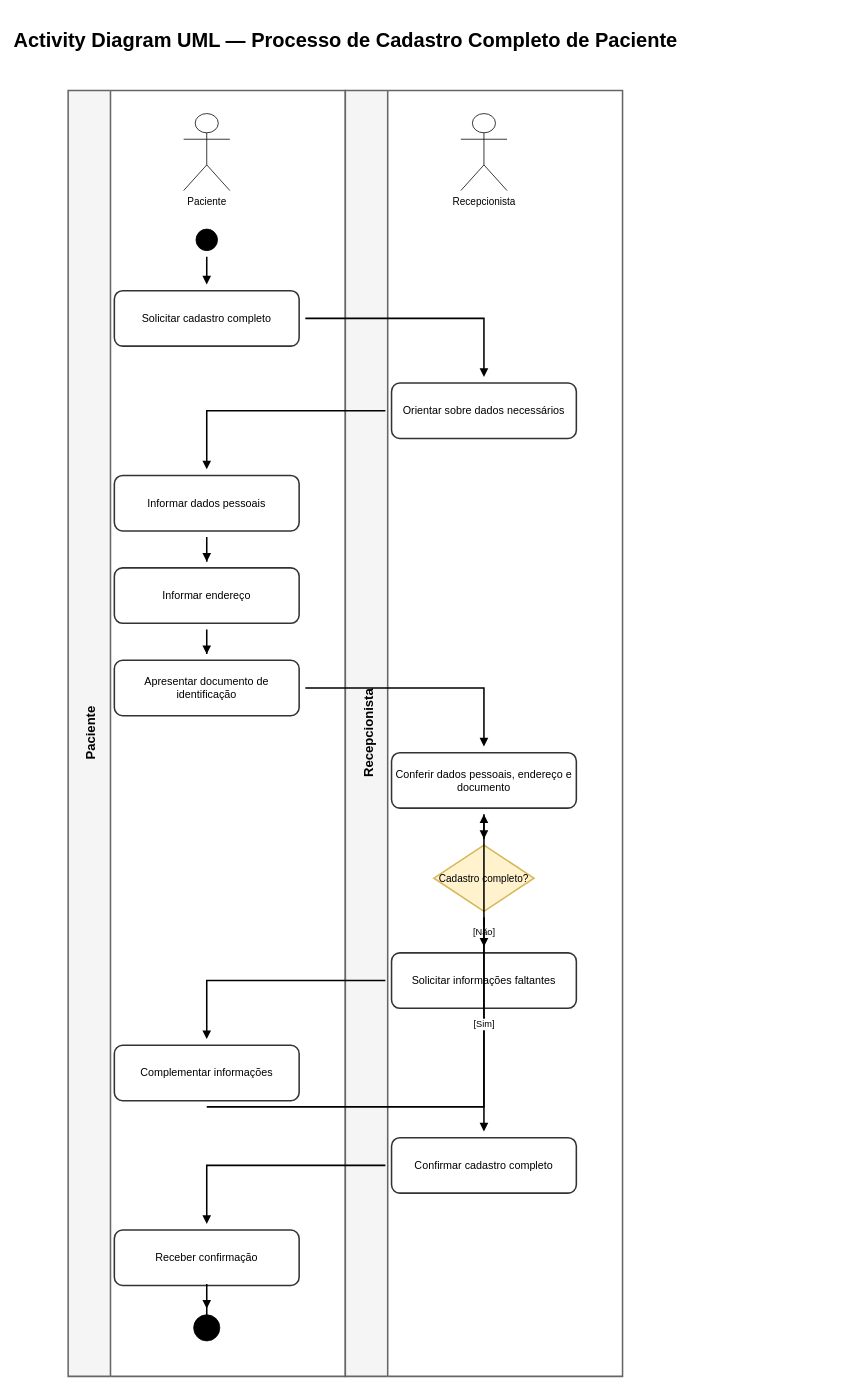
Earlier version of the draw.io diagram documentos/diagramas/atividade/02-cadastro-paciente-completo.drawio (itodoconhecer-cmyk/aulas_umc_2026_1_spring_boot). Source tidied: cells renumbered, new cells numbered last; positions are measured from the earlier drawing's top-left corner, leaving out a move shared by most shapes. Both pictures are drawn from the tidied source at 77%, with x=0, y=0 at pixel (68, 13).
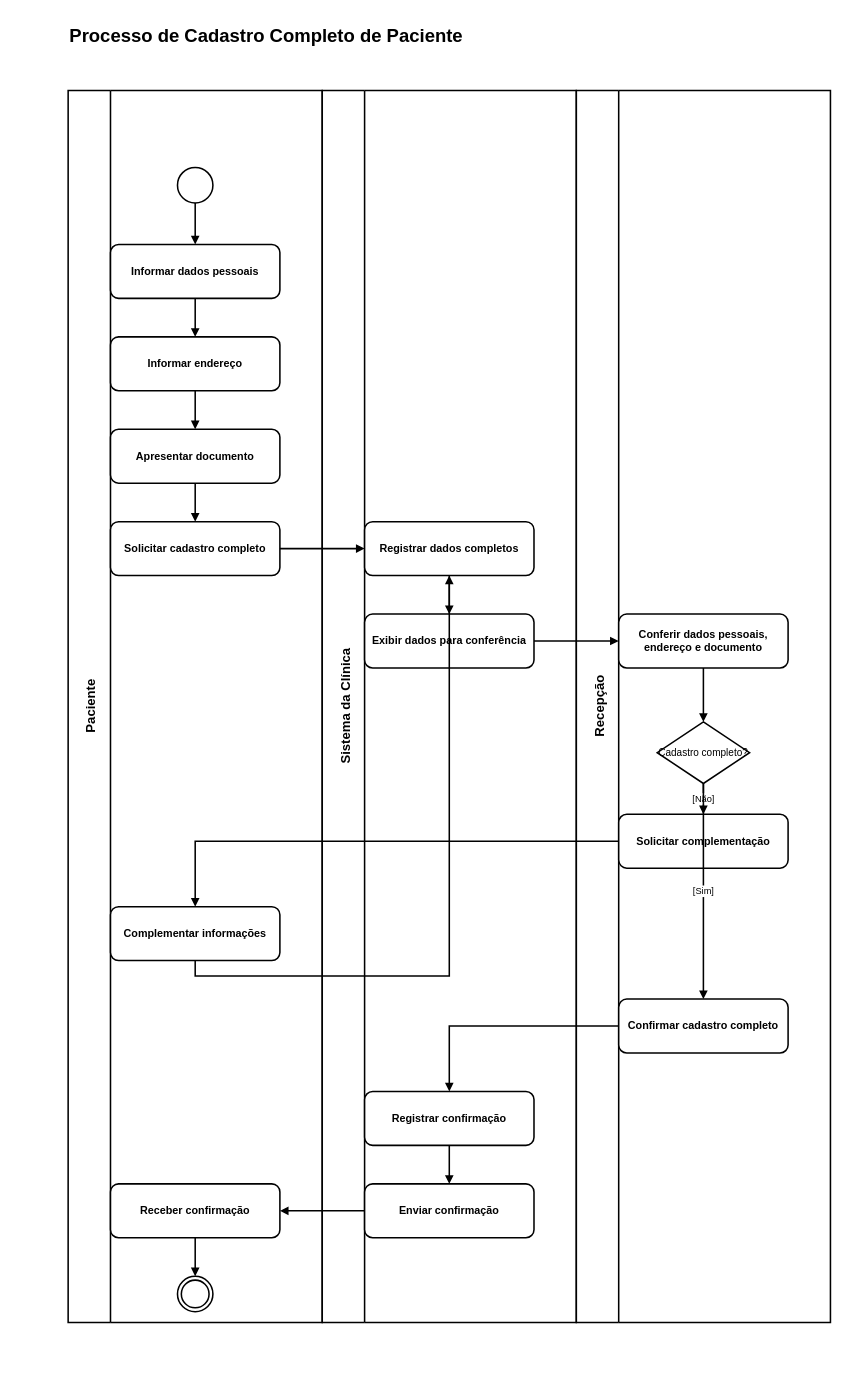
The same diagram, later.

Commit message:
docs: adequa activity diagrams ao processo de negocio com raias

Change to the diagram source:
```diff
@@
-    <mxCell id="2" value="Activity Diagram UML — Processo de Cadastro Completo de Paciente" style="text;html=1;align=center;verticalAlign=middle;fontSize=26;fontStyle=1;" parent="1" vertex="1">
-      <mxGeometry width="720" height="70" as="geometry" />
+    <mxCell id="2" value="Processo de Cadastro Completo de Paciente" style="text;html=1;align=left;verticalAlign=middle;fontSize=24;fontStyle=1;" parent="1" vertex="1">
+      <mxGeometry width="990" height="60" as="geometry" />
     </mxCell>
-    <mxCell id="3" value="Paciente" style="swimlane;horizontal=0;startSize=55;html=1;fontStyle=1;fontSize=17;align=center;verticalAlign=top;spacingTop=14;fillColor=#f5f5f5;strokeColor=#666666;strokeWidth=2;" parent="1" vertex="1">
-      <mxGeometry y="100" width="360" height="1670" as="geometry" />
+    <mxCell id="3" value="Paciente" style="swimlane;horizontal=0;startSize=55;html=1;fontStyle=1;fontSize=17;align=center;verticalAlign=top;spacingTop=14;fillColor=#ffffff;strokeColor=#000000;strokeWidth=2;" parent="1" vertex="1">
+      <mxGeometry y="100" width="330" height="1600" as="geometry" />
     </mxCell>
-    <mxCell id="4" value="Recepcionista" style="swimlane;horizontal=0;startSize=55;html=1;fontStyle=1;fontSize=17;align=center;verticalAlign=top;spacingTop=14;fillColor=#f5f5f5;strokeColor=#666666;strokeWidth=2;" parent="1" vertex="1">
-      <mxGeometry x="360" y="100" width="360" height="1670" as="geometry" />
+    <mxCell id="4" value="Sistema da Clínica" style="swimlane;horizontal=0;startSize=55;html=1;fontStyle=1;fontSize=17;align=center;verticalAlign=top;spacingTop=14;fillColor=#ffffff;strokeColor=#000000;strokeWidth=2;" parent="1" vertex="1">
+      <mxGeometry x="330" y="100" width="330" height="1600" as="geometry" />
     </mxCell>
-    <mxCell id="5" value="Paciente" style="shape=umlActor;verticalLabelPosition=bottom;verticalAlign=top;html=1;fontSize=13;" parent="1" vertex="1">
-      <mxGeometry x="150" y="130" width="60" height="100" as="geometry" />
-    </mxCell>
-    <mxCell id="6" value="Recepcionista" style="shape=umlActor;verticalLabelPosition=bottom;verticalAlign=top;html=1;fontSize=13;" parent="1" vertex="1">
-      <mxGeometry x="510" y="130" width="60" height="100" as="geometry" />
-    </mxCell>
+    <mxCell id="33" value="Recepção" style="swimlane;horizontal=0;startSize=55;html=1;fontStyle=1;fontSize=17;align=center;verticalAlign=top;spacingTop=14;fillColor=#ffffff;strokeColor=#000000;strokeWidth=2;" parent="1" vertex="1">
+      <mxGeometry x="660" y="100" width="330" height="1600" as="geometry" />
+    </mxCell>
-    <mxCell id="7" style="ellipse;html=1;fillColor=#000000;strokeColor=#000000;" parent="1" vertex="1">
-      <mxGeometry x="166" y="280" width="28" height="28" as="geometry" />
+    <mxCell id="7" style="ellipse;html=1;fillColor=#ffffff;strokeColor=#000000;strokeWidth=2;" parent="1" vertex="1">
+      <mxGeometry x="142" y="200" width="46" height="46" as="geometry" />
     </mxCell>
-    <mxCell id="8" value="Solicitar cadastro completo" style="rounded=1;whiteSpace=wrap;html=1;fontSize=14;strokeWidth=2;fillColor=#ffffff;strokeColor=#333333;" parent="1" vertex="1">
-      <mxGeometry x="60" y="360" width="240" height="72" as="geometry" />
+    <mxCell id="8" value="Informar dados pessoais" style="rounded=1;whiteSpace=wrap;html=1;fontSize=14;fontStyle=1;strokeWidth=2;fillColor=#ffffff;strokeColor=#000000;" parent="1" vertex="1">
+      <mxGeometry x="55" y="300" width="220" height="70" as="geometry" />
     </mxCell>
-    <mxCell id="9" value="Orientar sobre dados necessários" style="rounded=1;whiteSpace=wrap;html=1;fontSize=14;strokeWidth=2;fillColor=#ffffff;strokeColor=#333333;" parent="1" vertex="1">
-      <mxGeometry x="420" y="480" width="240" height="72" as="geometry" />
+    <mxCell id="9" value="Informar endereço" style="rounded=1;whiteSpace=wrap;html=1;fontSize=14;fontStyle=1;strokeWidth=2;fillColor=#ffffff;strokeColor=#000000;" parent="1" vertex="1">
+      <mxGeometry x="55" y="420" width="220" height="70" as="geometry" />
     </mxCell>
-    <mxCell id="10" value="Informar dados pessoais" style="rounded=1;whiteSpace=wrap;html=1;fontSize=14;strokeWidth=2;fillColor=#ffffff;strokeColor=#333333;" parent="1" vertex="1">
-      <mxGeometry x="60" y="600" width="240" height="72" as="geometry" />
+    <mxCell id="10" value="Apresentar documento" style="rounded=1;whiteSpace=wrap;html=1;fontSize=14;fontStyle=1;strokeWidth=2;fillColor=#ffffff;strokeColor=#000000;" parent="1" vertex="1">
+      <mxGeometry x="55" y="540" width="220" height="70" as="geometry" />
     </mxCell>
-    <mxCell id="11" value="Informar endereço" style="rounded=1;whiteSpace=wrap;html=1;fontSize=14;strokeWidth=2;fillColor=#ffffff;strokeColor=#333333;" parent="1" vertex="1">
-      <mxGeometry x="60" y="720" width="240" height="72" as="geometry" />
+    <mxCell id="11" value="Solicitar cadastro completo" style="rounded=1;whiteSpace=wrap;html=1;fontSize=14;fontStyle=1;strokeWidth=2;fillColor=#ffffff;strokeColor=#000000;" parent="1" vertex="1">
+      <mxGeometry x="55" y="660" width="220" height="70" as="geometry" />
     </mxCell>
-    <mxCell id="12" value="Apresentar documento de identificação" style="rounded=1;whiteSpace=wrap;html=1;fontSize=14;strokeWidth=2;fillColor=#ffffff;strokeColor=#333333;" parent="1" vertex="1">
-      <mxGeometry x="60" y="840" width="240" height="72" as="geometry" />
+    <mxCell id="12" value="Registrar dados completos" style="rounded=1;whiteSpace=wrap;html=1;fontSize=14;fontStyle=1;strokeWidth=2;fillColor=#ffffff;strokeColor=#000000;" parent="1" vertex="1">
+      <mxGeometry x="385" y="660" width="220" height="70" as="geometry" />
     </mxCell>
-    <mxCell id="13" value="Conferir dados pessoais, endereço e documento" style="rounded=1;whiteSpace=wrap;html=1;fontSize=14;strokeWidth=2;fillColor=#ffffff;strokeColor=#333333;" parent="1" vertex="1">
-      <mxGeometry x="420" y="960" width="240" height="72" as="geometry" />
+    <mxCell id="13" value="Exibir dados para conferência" style="rounded=1;whiteSpace=wrap;html=1;fontSize=14;fontStyle=1;strokeWidth=2;fillColor=#ffffff;strokeColor=#000000;" parent="1" vertex="1">
+      <mxGeometry x="385" y="780" width="220" height="70" as="geometry" />
     </mxCell>
+    <mxCell id="15" value="Conferir dados pessoais, endereço e documento" style="rounded=1;whiteSpace=wrap;html=1;fontSize=14;fontStyle=1;strokeWidth=2;fillColor=#ffffff;strokeColor=#000000;" parent="1" vertex="1">
+      <mxGeometry x="715" y="780" width="220" height="70" as="geometry" />
+    </mxCell>
-    <mxCell id="14" value="Cadastro completo?" style="rhombus;whiteSpace=wrap;html=1;fontSize=13;strokeWidth=2;fillColor=#fff2cc;strokeColor=#d6b656;" parent="1" vertex="1">
-      <mxGeometry x="475" y="1080" width="130" height="86" as="geometry" />
+    <mxCell id="14" value="Cadastro completo?" style="rhombus;whiteSpace=wrap;html=1;fontSize=13;strokeWidth=2;fillColor=#ffffff;strokeColor=#000000;" parent="1" vertex="1">
+      <mxGeometry x="765" y="920" width="120" height="80" as="geometry" />
     </mxCell>
-    <mxCell id="15" value="Solicitar informações faltantes" style="rounded=1;whiteSpace=wrap;html=1;fontSize=14;strokeWidth=2;fillColor=#ffffff;strokeColor=#333333;" parent="1" vertex="1">
-      <mxGeometry x="420" y="1220" width="240" height="72" as="geometry" />
-    </mxCell>
-    <mxCell id="16" value="Complementar informações" style="rounded=1;whiteSpace=wrap;html=1;fontSize=14;strokeWidth=2;fillColor=#ffffff;strokeColor=#333333;" parent="1" vertex="1">
-      <mxGeometry x="60" y="1340" width="240" height="72" as="geometry" />
+    <mxCell id="16" value="Solicitar complementação" style="rounded=1;whiteSpace=wrap;html=1;fontSize=14;fontStyle=1;strokeWidth=2;fillColor=#ffffff;strokeColor=#000000;" parent="1" vertex="1">
+      <mxGeometry x="715" y="1040" width="220" height="70" as="geometry" />
     </mxCell>
-    <mxCell id="17" value="Confirmar cadastro completo" style="rounded=1;whiteSpace=wrap;html=1;fontSize=14;strokeWidth=2;fillColor=#ffffff;strokeColor=#333333;" parent="1" vertex="1">
-      <mxGeometry x="420" y="1460" width="240" height="72" as="geometry" />
+    <mxCell id="17" value="Complementar informações" style="rounded=1;whiteSpace=wrap;html=1;fontSize=14;fontStyle=1;strokeWidth=2;fillColor=#ffffff;strokeColor=#000000;" parent="1" vertex="1">
+      <mxGeometry x="55" y="1160" width="220" height="70" as="geometry" />
     </mxCell>
-    <mxCell id="18" value="Receber confirmação" style="rounded=1;whiteSpace=wrap;html=1;fontSize=14;strokeWidth=2;fillColor=#ffffff;strokeColor=#333333;" parent="1" vertex="1">
-      <mxGeometry x="60" y="1580" width="240" height="72" as="geometry" />
+    <mxCell id="18" value="Confirmar cadastro completo" style="rounded=1;whiteSpace=wrap;html=1;fontSize=14;fontStyle=1;strokeWidth=2;fillColor=#ffffff;strokeColor=#000000;" parent="1" vertex="1">
+      <mxGeometry x="715" y="1280" width="220" height="70" as="geometry" />
     </mxCell>
+    <mxCell id="34" value="Registrar confirmação" style="rounded=1;whiteSpace=wrap;html=1;fontSize=14;fontStyle=1;strokeWidth=2;fillColor=#ffffff;strokeColor=#000000;" parent="1" vertex="1">
+      <mxGeometry x="385" y="1400" width="220" height="70" as="geometry" />
+    </mxCell>
+    <mxCell id="35" value="Enviar confirmação" style="rounded=1;whiteSpace=wrap;html=1;fontSize=14;fontStyle=1;strokeWidth=2;fillColor=#ffffff;strokeColor=#000000;" parent="1" vertex="1">
+      <mxGeometry x="385" y="1520" width="220" height="70" as="geometry" />
+    </mxCell>
+    <mxCell id="36" value="Receber confirmação" style="rounded=1;whiteSpace=wrap;html=1;fontSize=14;fontStyle=1;strokeWidth=2;fillColor=#ffffff;strokeColor=#000000;" parent="1" vertex="1">
+      <mxGeometry x="55" y="1520" width="220" height="70" as="geometry" />
+    </mxCell>
-    <mxCell id="19" style="ellipse;html=1;fillColor=#000000;strokeColor=#000000;shape=doubleEllipse;" parent="1" vertex="1">
-      <mxGeometry x="163" y="1690" width="34" height="34" as="geometry" />
+    <mxCell id="19" style="ellipse;html=1;fillColor=#ffffff;strokeColor=#000000;strokeWidth=2;shape=doubleEllipse;" parent="1" vertex="1">
+      <mxGeometry x="142" y="1640" width="46" height="46" as="geometry" />
     </mxCell>
-    <mxCell id="20" style="edgeStyle=orthogonalEdgeStyle;rounded=0;jettySize=40;html=1;endArrow=block;endFill=1;strokeWidth=2;fontSize=12;labelBackgroundColor=#ffffff;sourcePerimeterSpacing=8;targetPerimeterSpacing=8;" parent="1" edge="1" source="7" target="8">
+    <mxCell id="20" style="edgeStyle=orthogonalEdgeStyle;rounded=0;jettySize=30;html=1;endArrow=block;endFill=1;strokeWidth=2;fontSize=12;labelBackgroundColor=#ffffff;" parent="1" edge="1" source="7" target="8">
       <mxGeometry relative="1" as="geometry" />
     </mxCell>
-    <mxCell id="21" style="edgeStyle=orthogonalEdgeStyle;rounded=0;jettySize=40;html=1;endArrow=block;endFill=1;strokeWidth=2;fontSize=12;labelBackgroundColor=#ffffff;sourcePerimeterSpacing=8;targetPerimeterSpacing=8;" parent="1" edge="1" source="8" target="9">
+    <mxCell id="21" style="edgeStyle=orthogonalEdgeStyle;rounded=0;jettySize=30;html=1;endArrow=block;endFill=1;strokeWidth=2;fontSize=12;labelBackgroundColor=#ffffff;" parent="1" edge="1" source="8" target="9">
       <mxGeometry relative="1" as="geometry" />
     </mxCell>
-    <mxCell id="22" style="edgeStyle=orthogonalEdgeStyle;rounded=0;jettySize=40;html=1;endArrow=block;endFill=1;strokeWidth=2;fontSize=12;labelBackgroundColor=#ffffff;sourcePerimeterSpacing=8;targetPerimeterSpacing=8;" parent="1" edge="1" source="9" target="10">
+    <mxCell id="22" style="edgeStyle=orthogonalEdgeStyle;rounded=0;jettySize=30;html=1;endArrow=block;endFill=1;strokeWidth=2;fontSize=12;labelBackgroundColor=#ffffff;" parent="1" edge="1" source="9" target="10">
       <mxGeometry relative="1" as="geometry" />
     </mxCell>
-    <mxCell id="23" style="edgeStyle=orthogonalEdgeStyle;rounded=0;jettySize=40;html=1;endArrow=block;endFill=1;strokeWidth=2;fontSize=12;labelBackgroundColor=#ffffff;sourcePerimeterSpacing=8;targetPerimeterSpacing=8;" parent="1" edge="1" source="10" target="11">
+    <mxCell id="23" style="edgeStyle=orthogonalEdgeStyle;rounded=0;jettySize=30;html=1;endArrow=block;endFill=1;strokeWidth=2;fontSize=12;labelBackgroundColor=#ffffff;" parent="1" edge="1" source="10" target="11">
       <mxGeometry relative="1" as="geometry" />
     </mxCell>
-    <mxCell id="24" style="edgeStyle=orthogonalEdgeStyle;rounded=0;jettySize=40;html=1;endArrow=block;endFill=1;strokeWidth=2;fontSize=12;labelBackgroundColor=#ffffff;sourcePerimeterSpacing=8;targetPerimeterSpacing=8;" parent="1" edge="1" source="11" target="12">
+    <mxCell id="24" style="edgeStyle=orthogonalEdgeStyle;rounded=0;jettySize=30;html=1;endArrow=block;endFill=1;strokeWidth=2;fontSize=12;labelBackgroundColor=#ffffff;" parent="1" edge="1" source="11" target="12">
       <mxGeometry relative="1" as="geometry" />
     </mxCell>
-    <mxCell id="25" style="edgeStyle=orthogonalEdgeStyle;rounded=0;jettySize=40;html=1;endArrow=block;endFill=1;strokeWidth=2;fontSize=12;labelBackgroundColor=#ffffff;sourcePerimeterSpacing=8;targetPerimeterSpacing=8;" parent="1" edge="1" source="12" target="13">
+    <mxCell id="25" style="edgeStyle=orthogonalEdgeStyle;rounded=0;jettySize=30;html=1;endArrow=block;endFill=1;strokeWidth=2;fontSize=12;labelBackgroundColor=#ffffff;" parent="1" edge="1" source="12" target="13">
       <mxGeometry relative="1" as="geometry" />
     </mxCell>
-    <mxCell id="26" style="edgeStyle=orthogonalEdgeStyle;rounded=0;jettySize=40;html=1;endArrow=block;endFill=1;strokeWidth=2;fontSize=12;labelBackgroundColor=#ffffff;sourcePerimeterSpacing=8;targetPerimeterSpacing=8;" parent="1" edge="1" source="13" target="14">
+    <mxCell id="26" style="edgeStyle=orthogonalEdgeStyle;rounded=0;jettySize=30;html=1;endArrow=block;endFill=1;strokeWidth=2;fontSize=12;labelBackgroundColor=#ffffff;" parent="1" edge="1" source="13" target="15">
       <mxGeometry relative="1" as="geometry" />
     </mxCell>
-    <mxCell id="27" value="[Não]" style="edgeStyle=orthogonalEdgeStyle;rounded=0;jettySize=40;html=1;endArrow=block;endFill=1;strokeWidth=2;fontSize=12;labelBackgroundColor=#ffffff;sourcePerimeterSpacing=8;targetPerimeterSpacing=8;" parent="1" edge="1" source="14" target="15">
+    <mxCell id="27" style="edgeStyle=orthogonalEdgeStyle;rounded=0;jettySize=30;html=1;endArrow=block;endFill=1;strokeWidth=2;fontSize=12;labelBackgroundColor=#ffffff;" parent="1" edge="1" source="15" target="14">
       <mxGeometry relative="1" as="geometry" />
     </mxCell>
-    <mxCell id="28" style="edgeStyle=orthogonalEdgeStyle;rounded=0;jettySize=40;html=1;endArrow=block;endFill=1;strokeWidth=2;fontSize=12;labelBackgroundColor=#ffffff;sourcePerimeterSpacing=8;targetPerimeterSpacing=8;" parent="1" edge="1" source="15" target="16">
+    <mxCell id="28" value="[Não]" style="edgeStyle=orthogonalEdgeStyle;rounded=0;jettySize=30;html=1;endArrow=block;endFill=1;strokeWidth=2;fontSize=12;labelBackgroundColor=#ffffff;" parent="1" edge="1" source="14" target="16">
       <mxGeometry relative="1" as="geometry" />
     </mxCell>
-    <mxCell id="29" style="edgeStyle=orthogonalEdgeStyle;rounded=0;jettySize=40;html=1;endArrow=block;endFill=1;strokeWidth=2;fontSize=12;labelBackgroundColor=#ffffff;sourcePerimeterSpacing=8;targetPerimeterSpacing=8;" parent="1" edge="1" source="16" target="13">
-      <mxGeometry relative="1" as="geometry">
-        <Array as="points">
-          <mxPoint x="180" y="1420" />
-          <mxPoint x="540" y="1420" />
-          <mxPoint x="540" y="1000" />
-        </Array>
-      </mxGeometry>
+    <mxCell id="29" style="edgeStyle=orthogonalEdgeStyle;rounded=0;jettySize=30;html=1;endArrow=block;endFill=1;strokeWidth=2;fontSize=12;labelBackgroundColor=#ffffff;" parent="1" edge="1" source="16" target="17">
+      <mxGeometry relative="1" as="geometry" />
     </mxCell>
-    <mxCell id="30" value="[Sim]" style="edgeStyle=orthogonalEdgeStyle;rounded=0;jettySize=40;html=1;endArrow=block;endFill=1;strokeWidth=2;fontSize=12;labelBackgroundColor=#ffffff;sourcePerimeterSpacing=8;targetPerimeterSpacing=8;" parent="1" edge="1" source="14" target="17">
-      <mxGeometry relative="1" as="geometry" />
+    <mxCell id="30" style="edgeStyle=orthogonalEdgeStyle;rounded=0;jettySize=30;html=1;endArrow=block;endFill=1;strokeWidth=2;fontSize=12;labelBackgroundColor=#ffffff;" parent="1" edge="1" source="17" target="12">
+      <mxGeometry relative="1" as="geometry">
+        <Array as="points">
+          <mxPoint x="165" y="1250" />
+          <mxPoint x="495" y="1250" />
+          <mxPoint x="495" y="695" />
+        </Array>
+      </mxGeometry>
     </mxCell>
-    <mxCell id="31" style="edgeStyle=orthogonalEdgeStyle;rounded=0;jettySize=40;html=1;endArrow=block;endFill=1;strokeWidth=2;fontSize=12;labelBackgroundColor=#ffffff;sourcePerimeterSpacing=8;targetPerimeterSpacing=8;" parent="1" edge="1" source="17" target="18">
+    <mxCell id="31" value="[Sim]" style="edgeStyle=orthogonalEdgeStyle;rounded=0;jettySize=30;html=1;endArrow=block;endFill=1;strokeWidth=2;fontSize=12;labelBackgroundColor=#ffffff;" parent="1" edge="1" source="14" target="18">
       <mxGeometry relative="1" as="geometry" />
     </mxCell>
-    <mxCell id="32" style="edgeStyle=orthogonalEdgeStyle;rounded=0;jettySize=40;html=1;endArrow=block;endFill=1;strokeWidth=2;fontSize=12;labelBackgroundColor=#ffffff;sourcePerimeterSpacing=8;targetPerimeterSpacing=8;" parent="1" edge="1" source="18" target="19">
+    <mxCell id="32" style="edgeStyle=orthogonalEdgeStyle;rounded=0;jettySize=30;html=1;endArrow=block;endFill=1;strokeWidth=2;fontSize=12;labelBackgroundColor=#ffffff;" parent="1" edge="1" source="18" target="34">
       <mxGeometry relative="1" as="geometry" />
     </mxCell>
+    <mxCell id="37" style="edgeStyle=orthogonalEdgeStyle;rounded=0;jettySize=30;html=1;endArrow=block;endFill=1;strokeWidth=2;fontSize=12;labelBackgroundColor=#ffffff;" parent="1" edge="1" source="34" target="35">
+      <mxGeometry relative="1" as="geometry" />
+    </mxCell>
+    <mxCell id="38" style="edgeStyle=orthogonalEdgeStyle;rounded=0;jettySize=30;html=1;endArrow=block;endFill=1;strokeWidth=2;fontSize=12;labelBackgroundColor=#ffffff;" parent="1" edge="1" source="35" target="36">
+      <mxGeometry relative="1" as="geometry" />
+    </mxCell>
+    <mxCell id="39" style="edgeStyle=orthogonalEdgeStyle;rounded=0;jettySize=30;html=1;endArrow=block;endFill=1;strokeWidth=2;fontSize=12;labelBackgroundColor=#ffffff;" parent="1" edge="1" source="36" target="19">
+      <mxGeometry relative="1" as="geometry" />
+    </mxCell>
```
